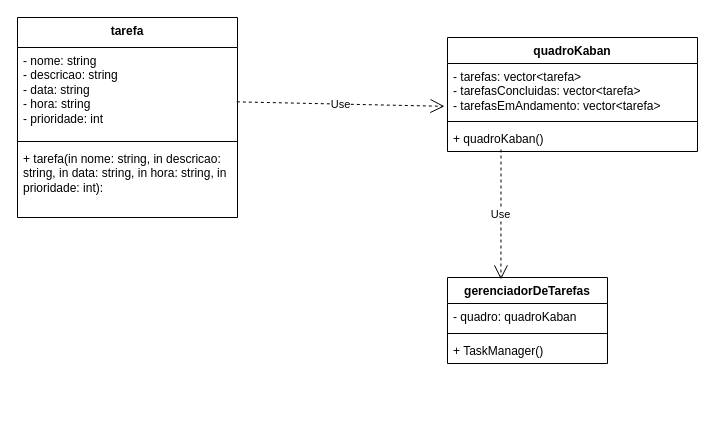
The draw.io diagram Diagrama sem nome.drawio in lucpc/quadroKaban, before the edit. Source tidied: cells renumbered, new cells numbered last; positions are measured from the earlier drawing's top-left corner, leaving out a move shared by most shapes. Both pictures are drawn from the tidied source at 100%, with x=0, y=0 at pixel (17, 17).
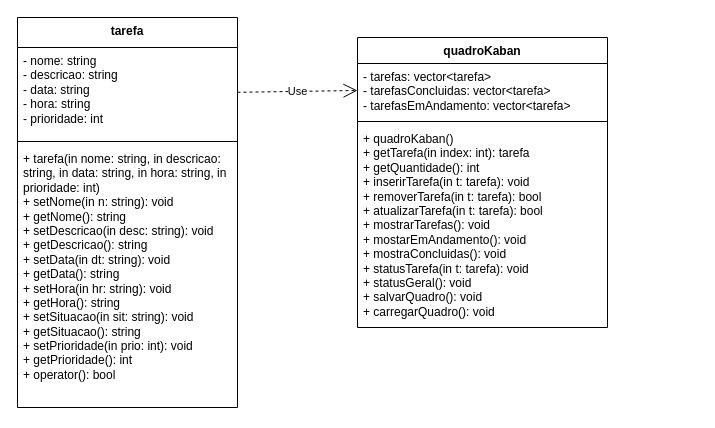
The same page after the edit.

Change to the diagram source:
```diff
@@
 <mxGraphModel>
   <root>
     <mxCell id="0" />
     <mxCell id="1" parent="0" />
     <mxCell id="2" value="quadroKaban" style="swimlane;fontStyle=1;align=center;verticalAlign=top;horizontal=1;startSize=26;whiteSpace=wrap;html=1;" parent="1" vertex="1">
-      <mxGeometry x="430" y="20" width="250" height="114" as="geometry" />
+      <mxGeometry x="340" y="20" width="250" height="290" as="geometry" />
     </mxCell>
     <mxCell id="3" value="- tarefas: vector&amp;lt;tarefa&amp;gt;&lt;br&gt;- tarefasConcluidas: vector&amp;lt;tarefa&amp;gt;&lt;br&gt;- tarefasEmAndamento: vector&amp;lt;tarefa&amp;gt;" style="text;strokeColor=none;fillColor=none;align=left;verticalAlign=top;spacingLeft=4;spacingRight=4;overflow=hidden;points=[[0,0.5],[1,0.5]];portConstraint=eastwest;whiteSpace=wrap;html=1;" parent="2" vertex="1">
       <mxGeometry y="26" width="250" height="54" as="geometry" />
     </mxCell>
     <mxCell id="4" style="line;strokeWidth=1;fillColor=none;align=left;verticalAlign=middle;spacingTop=-1;spacingLeft=3;spacingRight=3;labelPosition=right;strokeColor=inherit;" parent="2" vertex="1">
       <mxGeometry y="80" width="250" height="8" as="geometry" />
     </mxCell>
-    <mxCell id="5" value="+ quadroKaban()" style="text;strokeColor=none;fillColor=none;align=left;verticalAlign=top;spacingLeft=4;spacingRight=4;overflow=hidden;points=[[0,0.5],[1,0.5]];portConstraint=eastwest;whiteSpace=wrap;html=1;" parent="2" vertex="1">
-      <mxGeometry y="88" width="250" height="26" as="geometry" />
+    <mxCell id="5" value="+ quadroKaban()&lt;br&gt;+ getTarefa(in index: int): tarefa&lt;br&gt;+ getQuantidade(): int&lt;br&gt;+ inserirTarefa(in t: tarefa): void&lt;br&gt;+ removerTarefa(in t: tarefa): bool&lt;br&gt;+ atualizarTarefa(in t: tarefa): bool&lt;br&gt;+ mostrarTarefas(): void&lt;br&gt;+ mostarEmAndamento(): void&lt;br&gt;+ mostraConcluidas(): void&lt;br&gt;+ statusTarefa(in t: tarefa): void&lt;br&gt;+ statusGeral(): void&lt;br&gt;+ salvarQuadro(): void&lt;br&gt;+ carregarQuadro(): void" style="text;strokeColor=none;fillColor=none;align=left;verticalAlign=top;spacingLeft=4;spacingRight=4;overflow=hidden;points=[[0,0.5],[1,0.5]];portConstraint=eastwest;whiteSpace=wrap;html=1;" parent="2" vertex="1">
+      <mxGeometry y="88" width="250" height="202" as="geometry" />
     </mxCell>
     <mxCell id="6" value="tarefa" style="swimlane;fontStyle=1;align=center;verticalAlign=top;horizontal=1;startSize=30;whiteSpace=wrap;html=1;" parent="1" vertex="1">
-      <mxGeometry width="220" height="200" as="geometry" />
+      <mxGeometry width="220" height="390" as="geometry" />
     </mxCell>
     <mxCell id="7" value="- nome: string&lt;br&gt;- descricao: string&lt;br&gt;- data: string&lt;br&gt;- hora: string&lt;br&gt;- prioridade: int" style="text;strokeColor=none;fillColor=none;align=left;verticalAlign=top;spacingLeft=4;spacingRight=4;overflow=hidden;points=[[0,0.5],[1,0.5]];portConstraint=eastwest;whiteSpace=wrap;html=1;" parent="6" vertex="1">
       <mxGeometry y="30" width="220" height="90" as="geometry" />
     </mxCell>
     <mxCell id="8" style="line;strokeWidth=1;fillColor=none;align=left;verticalAlign=middle;spacingTop=-1;spacingLeft=3;spacingRight=3;labelPosition=right;strokeColor=inherit;" parent="6" vertex="1">
       <mxGeometry y="120" width="220" height="8" as="geometry" />
     </mxCell>
-    <mxCell id="9" value="+ tarefa(in nome: string, in descricao: string, in data: string, in hora: string, in prioridade: int):&amp;nbsp;" style="text;strokeColor=none;fillColor=none;align=left;verticalAlign=top;spacingLeft=4;spacingRight=4;overflow=hidden;whiteSpace=wrap;html=1;" parent="6" vertex="1">
-      <mxGeometry y="128" width="220" height="72" as="geometry" />
+    <mxCell id="9" value="+ tarefa(in nome: string, in descricao: string, in data: string, in hora: string, in prioridade: int)&lt;br&gt;+ setNome(in n: string): void&lt;br&gt;+ getNome(): string&lt;br&gt;+ setDescricao(in desc: string): void&lt;br&gt;+ getDescricao(): string&lt;br&gt;+ setData(in dt: string): void&lt;br&gt;+ getData(): string&lt;br&gt;+ setHora(in hr: string): void&lt;br&gt;+ getHora(): string&lt;br&gt;+ setSituacao(in sit: string): void&lt;br&gt;+ getSituacao(): string&lt;br&gt;+ setPrioridade(in prio: int): void&lt;br&gt;+ getPrioridade(): int&lt;br&gt;+ operator(): bool&lt;br&gt;&lt;br&gt;" style="text;strokeColor=none;fillColor=none;align=left;verticalAlign=top;spacingLeft=4;spacingRight=4;overflow=hidden;whiteSpace=wrap;html=1;" parent="6" vertex="1">
+      <mxGeometry y="128" width="220" height="262" as="geometry" />
     </mxCell>
-    <mxCell id="10" value="gerenciadorDeTarefas&lt;br&gt;" style="swimlane;fontStyle=1;align=center;verticalAlign=top;horizontal=1;startSize=26;whiteSpace=wrap;html=1;" parent="1" vertex="1">
-      <mxGeometry x="430" y="260" width="160" height="86" as="geometry" />
-    </mxCell>
-    <mxCell id="11" value="- quadro: quadroKaban" style="text;strokeColor=none;fillColor=none;align=left;verticalAlign=top;spacingLeft=4;spacingRight=4;overflow=hidden;whiteSpace=wrap;html=1;" parent="10" vertex="1">
-      <mxGeometry y="26" width="160" height="26" as="geometry" />
-    </mxCell>
-    <mxCell id="12" style="line;strokeWidth=1;fillColor=none;align=left;verticalAlign=middle;spacingTop=-1;spacingLeft=3;spacingRight=3;labelPosition=right;strokeColor=inherit;" parent="10" vertex="1">
-      <mxGeometry y="52" width="160" height="8" as="geometry" />
-    </mxCell>
-    <mxCell id="13" value="+ TaskManager()" style="text;strokeColor=none;fillColor=none;align=left;verticalAlign=top;spacingLeft=4;spacingRight=4;overflow=hidden;whiteSpace=wrap;html=1;" parent="10" vertex="1">
-      <mxGeometry y="60" width="160" height="26" as="geometry" />
-    </mxCell>
-    <mxCell id="14" value="Use" style="endArrow=open;endSize=12;dashed=1;html=1;rounded=0;entryX=-0.012;entryY=0.793;entryDx=0;entryDy=0;entryPerimeter=0;exitX=0.997;exitY=0.604;exitDx=0;exitDy=0;exitPerimeter=0;" parent="1" edge="1" source="7" target="3">
-      <mxGeometry relative="1" as="geometry" />
+    <mxCell id="14" value="Use" style="endArrow=open;endSize=12;dashed=1;html=1;rounded=0;entryX=0;entryY=0.5;entryDx=0;entryDy=0;exitX=0.997;exitY=0.604;exitDx=0;exitDy=0;exitPerimeter=0;" parent="1" edge="1" target="3">
+      <mxGeometry relative="1" as="geometry">
+        <mxPoint x="220" y="74.8" as="sourcePoint" />
+      </mxGeometry>
     </mxCell>
-    <mxCell id="15" value="Use" style="endArrow=open;endSize=12;dashed=1;html=1;rounded=0;exitX=0.214;exitY=0.924;exitDx=0;exitDy=0;exitPerimeter=0;entryX=0.334;entryY=0.022;entryDx=0;entryDy=0;entryPerimeter=0;" parent="1" edge="1" source="5" target="10">
-      <mxGeometry relative="1" as="geometry" />
-    </mxCell>
   </root>
 </mxGraphModel>
```
